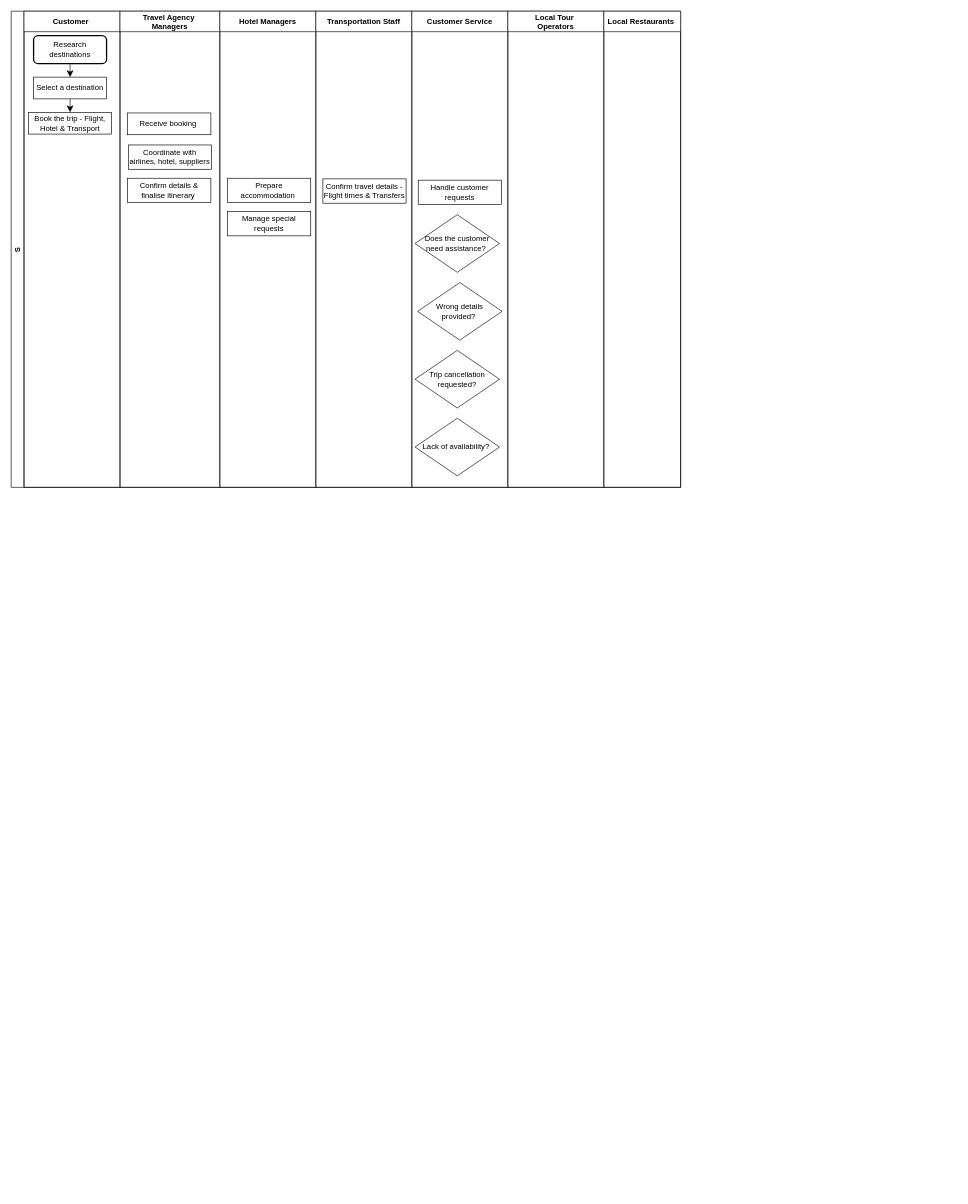
kyrafld/kyrafld keeps this draw.io diagram as Untitled Diagram.drawio. Above is the earlier version. Source tidied: cells renumbered, new cells numbered last; positions are measured from the earlier drawing's top-left corner, leaving out a move shared by most shapes. Both pictures are drawn from the tidied source at 64%, with x=0, y=0 at pixel (11, 11).
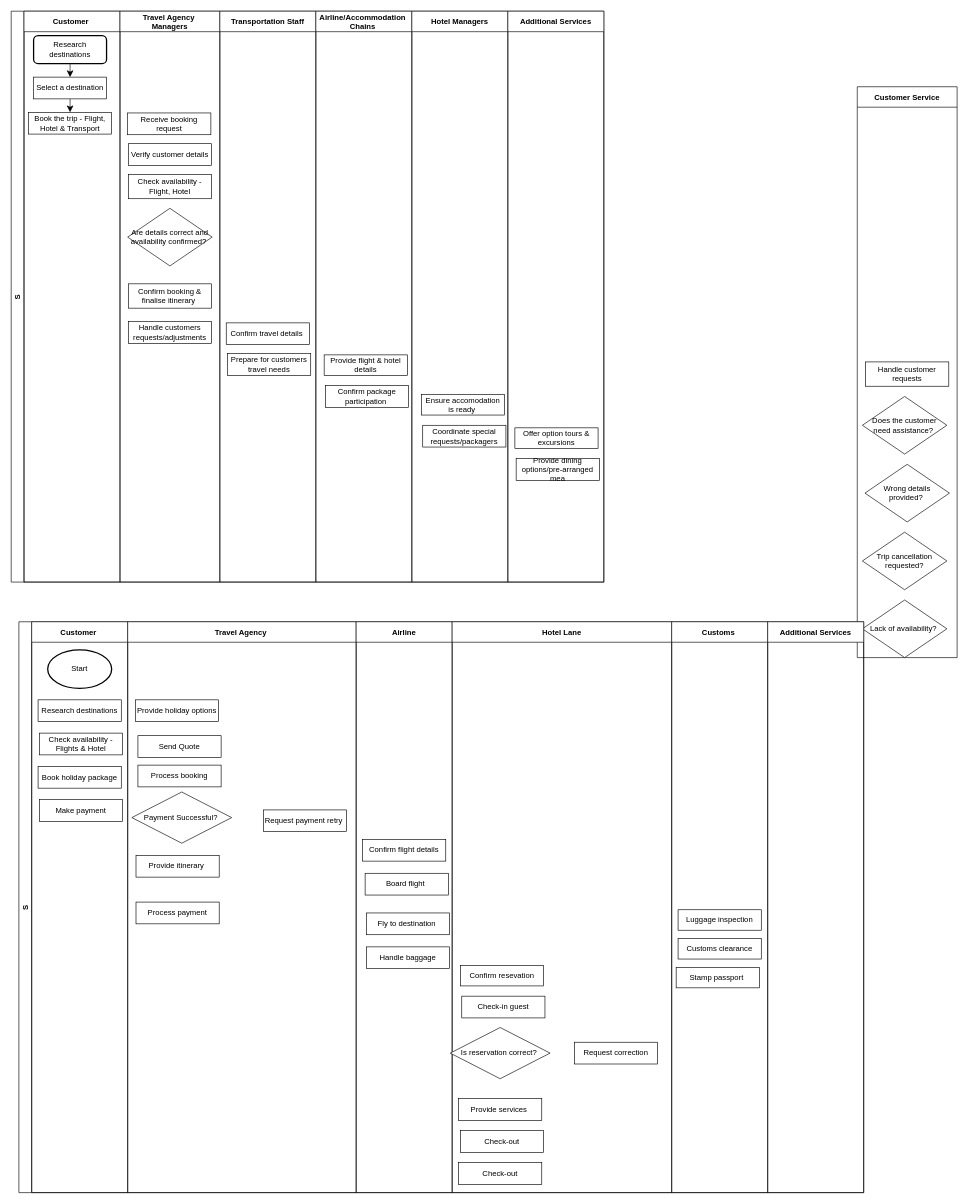
After the change.

The edit, as a diff of the source:
```diff
@@
     <mxCell id="2" value="S" style="swimlane;startSize=20;horizontal=0;labelBackgroundColor=none;" parent="1" vertex="1">
-      <mxGeometry width="1046" height="744" as="geometry" />
+      <mxGeometry width="926" height="892" as="geometry" />
     </mxCell>
     <mxCell id="3" value="Customer " style="swimlane;startSize=32;labelBackgroundColor=none;" parent="2" vertex="1">
-      <mxGeometry x="20" width="150" height="744" as="geometry" />
+      <mxGeometry x="20" width="150" height="892" as="geometry" />
     </mxCell>
@@
     <mxCell id="9" value="Travel Agency &#10;Managers" style="swimlane;startSize=32;labelBackgroundColor=none;" parent="2" vertex="1">
-      <mxGeometry x="170" width="156" height="744" as="geometry" />
+      <mxGeometry x="170" width="156" height="892" as="geometry" />
     </mxCell>
-    <mxCell id="10" value="Receive booking&amp;nbsp;" style="rounded=0;whiteSpace=wrap;html=1;labelBackgroundColor=none;" parent="9" vertex="1">
+    <mxCell id="10" value="Receive booking request" style="rounded=0;whiteSpace=wrap;html=1;labelBackgroundColor=none;" parent="9" vertex="1">
       <mxGeometry x="12" y="159" width="130" height="34" as="geometry" />
     </mxCell>
+    <mxCell id="25" value="Confirm booking &amp;amp; finalise itinerary&amp;nbsp;" style="rounded=0;whiteSpace=wrap;html=1;labelBackgroundColor=none;" parent="9" vertex="1">
+      <mxGeometry x="13" y="426" width="130" height="38" as="geometry" />
+    </mxCell>
+    <mxCell id="26" value="Are details correct and availability confirmed?&amp;nbsp;" style="rhombus;whiteSpace=wrap;html=1;" parent="9" vertex="1">
+      <mxGeometry x="12" y="308" width="132" height="90" as="geometry" />
+    </mxCell>
+    <mxCell id="27" value="Handle customers requests/adjustments" style="rounded=0;whiteSpace=wrap;html=1;labelBackgroundColor=none;" parent="9" vertex="1">
+      <mxGeometry x="13" y="485" width="130" height="34" as="geometry" />
+    </mxCell>
-    <mxCell id="11" value="Hotel Managers" style="swimlane;startSize=32;labelBackgroundColor=none;" parent="2" vertex="1">
-      <mxGeometry x="326" width="150" height="744" as="geometry" />
+    <mxCell id="11" value="Transportation Staff" style="swimlane;startSize=32;labelBackgroundColor=none;" parent="2" vertex="1">
+      <mxGeometry x="326" width="150" height="892" as="geometry" />
     </mxCell>
-    <mxCell id="12" value="Prepare accommodation&amp;nbsp;" style="rounded=0;whiteSpace=wrap;html=1;labelBackgroundColor=none;" parent="11" vertex="1">
-      <mxGeometry x="12" y="261" width="130" height="38" as="geometry" />
-    </mxCell>
-    <mxCell id="13" value="Manage special requests" style="rounded=0;whiteSpace=wrap;html=1;labelBackgroundColor=none;" parent="11" vertex="1">
-      <mxGeometry x="12" y="313" width="130" height="38" as="geometry" />
-    </mxCell>
+    <mxCell id="28" value="Confirm travel details&amp;nbsp;" style="rounded=0;whiteSpace=wrap;html=1;labelBackgroundColor=none;" parent="11" vertex="1">
+      <mxGeometry x="10" y="487" width="130" height="34" as="geometry" />
+    </mxCell>
+    <mxCell id="29" value="Prepare for customers travel needs" style="rounded=0;whiteSpace=wrap;html=1;labelBackgroundColor=none;" parent="11" vertex="1">
+      <mxGeometry x="12" y="535" width="130" height="34" as="geometry" />
+    </mxCell>
-    <mxCell id="14" value="Transportation Staff" style="swimlane;startSize=32;labelBackgroundColor=none;" parent="2" vertex="1">
-      <mxGeometry x="476" width="150" height="744" as="geometry" />
+    <mxCell id="14" value="Airline/Accommodation &#10;Chains " style="swimlane;startSize=32;labelBackgroundColor=none;" parent="2" vertex="1">
+      <mxGeometry x="476" width="150" height="892" as="geometry" />
     </mxCell>
-    <mxCell id="15" value="Confirm travel details - Flight times &amp;amp; Transfers" style="rounded=0;whiteSpace=wrap;html=1;labelBackgroundColor=none;" parent="14" vertex="1">
-      <mxGeometry x="11" y="262" width="130" height="38" as="geometry" />
-    </mxCell>
+    <mxCell id="30" value="Provide flight &amp;amp; hotel details" style="rounded=0;whiteSpace=wrap;html=1;labelBackgroundColor=none;" parent="14" vertex="1">
+      <mxGeometry x="13" y="537" width="130" height="32" as="geometry" />
+    </mxCell>
+    <mxCell id="31" value="Confirm package participation&amp;nbsp;" style="rounded=0;whiteSpace=wrap;html=1;labelBackgroundColor=none;" parent="14" vertex="1">
+      <mxGeometry x="15" y="585" width="130" height="34" as="geometry" />
+    </mxCell>
-    <mxCell id="16" value="Customer Service" style="swimlane;startSize=32;labelBackgroundColor=none;" parent="2" vertex="1">
-      <mxGeometry x="626" width="150" height="744" as="geometry" />
+    <mxCell id="16" value="Hotel Managers" style="swimlane;startSize=32;labelBackgroundColor=none;" parent="2" vertex="1">
+      <mxGeometry x="626" width="150" height="892" as="geometry" />
     </mxCell>
+    <mxCell id="32" value="Ensure accomodation is ready&amp;nbsp;" style="rounded=0;whiteSpace=wrap;html=1;labelBackgroundColor=none;" parent="16" vertex="1">
+      <mxGeometry x="15" y="599" width="130" height="32" as="geometry" />
+    </mxCell>
+    <mxCell id="33" value="Coordinate special requests/&lt;span style=&quot;background-color: initial;&quot;&gt;packagers&lt;/span&gt;" style="rounded=0;whiteSpace=wrap;html=1;labelBackgroundColor=none;" parent="16" vertex="1">
+      <mxGeometry x="17" y="647" width="130" height="34" as="geometry" />
+    </mxCell>
+    <mxCell id="23" value="Additional Services" style="swimlane;startSize=32;labelBackgroundColor=none;" parent="2" vertex="1">
+      <mxGeometry x="776" width="150" height="892" as="geometry" />
+    </mxCell>
+    <mxCell id="34" value="Offer option tours &amp;amp; excursions" style="rounded=0;whiteSpace=wrap;html=1;labelBackgroundColor=none;" parent="23" vertex="1">
+      <mxGeometry x="11" y="651" width="130" height="32" as="geometry" />
+    </mxCell>
+    <mxCell id="35" value="Provide dining options/pre-arranged mea" style="rounded=0;whiteSpace=wrap;html=1;labelBackgroundColor=none;" parent="23" vertex="1">
+      <mxGeometry x="13" y="699" width="130" height="34" as="geometry" />
+    </mxCell>
+    <mxCell id="24" value="Check availability - Flight, Hotel" style="rounded=0;whiteSpace=wrap;html=1;labelBackgroundColor=none;" parent="1" vertex="1">
+      <mxGeometry x="183" y="255" width="130" height="38" as="geometry" />
+    </mxCell>
+    <mxCell id="36" value="Verify customer details" style="rounded=0;whiteSpace=wrap;html=1;labelBackgroundColor=none;" parent="1" vertex="1">
+      <mxGeometry x="183" y="207" width="130" height="34" as="geometry" />
+    </mxCell>
+    <mxCell id="37" value="Customer Service" style="swimlane;startSize=32;labelBackgroundColor=none;" parent="1" vertex="1">
+      <mxGeometry x="1322" y="118" width="156" height="892" as="geometry" />
+    </mxCell>
+    <mxCell id="38" style="group;" parent="37" vertex="1">
+      <mxGeometry x="8" y="430" width="136" height="462" as="geometry" />
+    </mxCell>
-    <mxCell id="17" value="Does the customer need assistance?&amp;nbsp;" style="rhombus;whiteSpace=wrap;html=1;" parent="16" vertex="1">
-      <mxGeometry x="5" y="318" width="132" height="90" as="geometry" />
+    <mxCell id="17" value="Does the customer need assistance?&amp;nbsp;" style="rhombus;whiteSpace=wrap;html=1;" parent="38" vertex="1">
+      <mxGeometry y="54" width="132" height="90" as="geometry" />
     </mxCell>
-    <mxCell id="18" value="Handle customer requests" style="rounded=0;whiteSpace=wrap;html=1;labelBackgroundColor=none;" parent="16" vertex="1">
-      <mxGeometry x="10" y="264" width="130" height="38" as="geometry" />
+    <mxCell id="18" value="Handle customer requests" style="rounded=0;whiteSpace=wrap;html=1;labelBackgroundColor=none;" parent="38" vertex="1">
+      <mxGeometry x="5" width="130" height="38" as="geometry" />
     </mxCell>
-    <mxCell id="19" value="Wrong details provided?&amp;nbsp;" style="rhombus;whiteSpace=wrap;html=1;" parent="16" vertex="1">
-      <mxGeometry x="9" y="424" width="132" height="90" as="geometry" />
+    <mxCell id="19" value="Wrong details provided?&amp;nbsp;" style="rhombus;whiteSpace=wrap;html=1;" parent="38" vertex="1">
+      <mxGeometry x="4" y="160" width="132" height="90" as="geometry" />
     </mxCell>
-    <mxCell id="20" value="Trip cancellation requested?" style="rhombus;whiteSpace=wrap;html=1;" parent="16" vertex="1">
-      <mxGeometry x="5" y="530" width="132" height="90" as="geometry" />
+    <mxCell id="20" value="Trip cancellation requested?" style="rhombus;whiteSpace=wrap;html=1;" parent="38" vertex="1">
+      <mxGeometry y="266" width="132" height="90" as="geometry" />
     </mxCell>
-    <mxCell id="21" value="Lack of availability?&amp;nbsp;" style="rhombus;whiteSpace=wrap;html=1;" parent="16" vertex="1">
-      <mxGeometry x="5" y="636" width="132" height="90" as="geometry" />
+    <mxCell id="21" value="Lack of availability?&amp;nbsp;" style="rhombus;whiteSpace=wrap;html=1;" parent="38" vertex="1">
+      <mxGeometry y="372" width="132" height="90" as="geometry" />
     </mxCell>
-    <mxCell id="22" value="Local Tour &#10;Operators" style="swimlane;startSize=32;labelBackgroundColor=none;" parent="2" vertex="1">
-      <mxGeometry x="776" width="150" height="744" as="geometry" />
-    </mxCell>
-    <mxCell id="23" value="Local Restaurants " style="swimlane;startSize=32;labelBackgroundColor=none;" parent="2" vertex="1">
-      <mxGeometry x="926" width="120" height="744" as="geometry" />
-    </mxCell>
-    <mxCell id="24" value="Coordinate with airlines, hotel, suppliers" style="rounded=0;whiteSpace=wrap;html=1;labelBackgroundColor=none;" parent="1" vertex="1">
-      <mxGeometry x="183" y="209" width="130" height="38" as="geometry" />
-    </mxCell>
-    <mxCell id="25" value="Confirm details &amp;amp; finalise itinerary&amp;nbsp;" style="rounded=0;whiteSpace=wrap;html=1;labelBackgroundColor=none;" parent="1" vertex="1">
-      <mxGeometry x="182" y="261" width="130" height="38" as="geometry" />
-    </mxCell>
+    <mxCell id="39" value="S" style="swimlane;startSize=20;horizontal=0;labelBackgroundColor=none;" parent="1" vertex="1">
+      <mxGeometry x="12" y="954" width="1320" height="892" as="geometry" />
+    </mxCell>
+    <mxCell id="40" value="Customer " style="swimlane;startSize=32;labelBackgroundColor=none;" parent="39" vertex="1">
+      <mxGeometry x="20" width="150" height="892" as="geometry" />
+    </mxCell>
+    <mxCell id="41" value="Start" style="strokeWidth=2;html=1;shape=mxgraph.flowchart.start_1;whiteSpace=wrap;" parent="40" vertex="1">
+      <mxGeometry x="25" y="44" width="100" height="60" as="geometry" />
+    </mxCell>
+    <mxCell id="42" value="Research destinations" style="rounded=0;whiteSpace=wrap;html=1;labelBackgroundColor=none;" parent="40" vertex="1">
+      <mxGeometry x="10" y="122" width="130" height="34" as="geometry" />
+    </mxCell>
+    <mxCell id="43" value="Check availability - Flights &amp;amp; Hotel" style="rounded=0;whiteSpace=wrap;html=1;labelBackgroundColor=none;" parent="40" vertex="1">
+      <mxGeometry x="12" y="174" width="130" height="34" as="geometry" />
+    </mxCell>
+    <mxCell id="44" value="Book holiday package" style="rounded=0;whiteSpace=wrap;html=1;labelBackgroundColor=none;" parent="40" vertex="1">
+      <mxGeometry x="10" y="226" width="130" height="34" as="geometry" />
+    </mxCell>
+    <mxCell id="45" value="Make payment" style="rounded=0;whiteSpace=wrap;html=1;labelBackgroundColor=none;" parent="40" vertex="1">
+      <mxGeometry x="12" y="278" width="130" height="34" as="geometry" />
+    </mxCell>
+    <mxCell id="46" value="Travel Agency " style="swimlane;startSize=32;labelBackgroundColor=none;" parent="39" vertex="1">
+      <mxGeometry x="170" width="357" height="892" as="geometry" />
+    </mxCell>
+    <mxCell id="47" value="Provide holiday options" style="rounded=0;whiteSpace=wrap;html=1;labelBackgroundColor=none;" parent="46" vertex="1">
+      <mxGeometry x="12" y="122" width="130" height="34" as="geometry" />
+    </mxCell>
+    <mxCell id="48" value="Send Quote" style="rounded=0;whiteSpace=wrap;html=1;labelBackgroundColor=none;" parent="46" vertex="1">
+      <mxGeometry x="16" y="178" width="130" height="34" as="geometry" />
+    </mxCell>
+    <mxCell id="49" value="Process booking" style="rounded=0;whiteSpace=wrap;html=1;labelBackgroundColor=none;" parent="46" vertex="1">
+      <mxGeometry x="16" y="224" width="130" height="34" as="geometry" />
+    </mxCell>
+    <mxCell id="50" value="Provide itinerary&amp;nbsp;" style="rounded=0;whiteSpace=wrap;html=1;labelBackgroundColor=none;" parent="46" vertex="1">
+      <mxGeometry x="13" y="365" width="130" height="34" as="geometry" />
+    </mxCell>
+    <mxCell id="51" value="Process payment" style="rounded=0;whiteSpace=wrap;html=1;labelBackgroundColor=none;" parent="46" vertex="1">
+      <mxGeometry x="13" y="438" width="130" height="34" as="geometry" />
+    </mxCell>
+    <mxCell id="52" value="Payment Successful?&amp;nbsp;" style="rhombus;whiteSpace=wrap;html=1;" parent="46" vertex="1">
+      <mxGeometry x="6.5" y="266" width="156" height="80" as="geometry" />
+    </mxCell>
+    <mxCell id="53" style="edgeStyle=none;curved=1;rounded=0;orthogonalLoop=1;jettySize=auto;html=1;exitX=1;exitY=0;exitDx=0;exitDy=0;fontSize=12;startSize=8;endSize=8;" parent="46" edge="1" source="52" target="52">
+      <mxGeometry relative="1" as="geometry" />
+    </mxCell>
+    <mxCell id="54" value="Request payment retry&amp;nbsp;" style="rounded=0;whiteSpace=wrap;html=1;labelBackgroundColor=none;" parent="46" vertex="1">
+      <mxGeometry x="212" y="294" width="130" height="34" as="geometry" />
+    </mxCell>
+    <mxCell id="55" value="Airline" style="swimlane;startSize=32;labelBackgroundColor=none;" parent="39" vertex="1">
+      <mxGeometry x="527" width="150" height="892" as="geometry" />
+    </mxCell>
+    <mxCell id="56" value="Board flight&amp;nbsp;" style="rounded=0;whiteSpace=wrap;html=1;labelBackgroundColor=none;" parent="55" vertex="1">
+      <mxGeometry x="14" y="393" width="130" height="34" as="geometry" />
+    </mxCell>
+    <mxCell id="57" value="Fly to destination&amp;nbsp;" style="rounded=0;whiteSpace=wrap;html=1;labelBackgroundColor=none;" parent="55" vertex="1">
+      <mxGeometry x="16" y="455" width="130" height="34" as="geometry" />
+    </mxCell>
+    <mxCell id="58" value="Confirm flight details" style="rounded=0;whiteSpace=wrap;html=1;labelBackgroundColor=none;" parent="55" vertex="1">
+      <mxGeometry x="10" y="340" width="130" height="34" as="geometry" />
+    </mxCell>
+    <mxCell id="59" value="Handle baggage" style="rounded=0;whiteSpace=wrap;html=1;labelBackgroundColor=none;" parent="55" vertex="1">
+      <mxGeometry x="16" y="508" width="130" height="34" as="geometry" />
+    </mxCell>
+    <mxCell id="60" value="Hotel Lane" style="swimlane;startSize=32;labelBackgroundColor=none;" parent="39" vertex="1">
+      <mxGeometry x="677" width="343" height="892" as="geometry" />
+    </mxCell>
+    <mxCell id="61" value="Confirm resevation" style="rounded=0;whiteSpace=wrap;html=1;labelBackgroundColor=none;" parent="60" vertex="1">
+      <mxGeometry x="13" y="537" width="130" height="32" as="geometry" />
+    </mxCell>
+    <mxCell id="62" value="Check-in guest" style="rounded=0;whiteSpace=wrap;html=1;labelBackgroundColor=none;" parent="60" vertex="1">
+      <mxGeometry x="15" y="585" width="130" height="34" as="geometry" />
+    </mxCell>
+    <mxCell id="63" value="Provide services&amp;nbsp;" style="rounded=0;whiteSpace=wrap;html=1;labelBackgroundColor=none;" parent="60" vertex="1">
+      <mxGeometry x="10" y="745" width="130" height="34" as="geometry" />
+    </mxCell>
+    <mxCell id="64" value="Check-out" style="rounded=0;whiteSpace=wrap;html=1;labelBackgroundColor=none;" parent="60" vertex="1">
+      <mxGeometry x="13" y="795" width="130" height="34" as="geometry" />
+    </mxCell>
+    <mxCell id="65" value="Check-out" style="rounded=0;whiteSpace=wrap;html=1;labelBackgroundColor=none;" parent="60" vertex="1">
+      <mxGeometry x="10" y="845" width="130" height="34" as="geometry" />
+    </mxCell>
+    <mxCell id="66" value="Is reservation correct?&amp;nbsp;" style="rhombus;whiteSpace=wrap;html=1;" parent="60" vertex="1">
+      <mxGeometry x="-3" y="634" width="156" height="80" as="geometry" />
+    </mxCell>
+    <mxCell id="67" value="Request correction" style="rounded=0;whiteSpace=wrap;html=1;labelBackgroundColor=none;" parent="60" vertex="1">
+      <mxGeometry x="191" y="657" width="130" height="34" as="geometry" />
+    </mxCell>
+    <mxCell id="68" value="Customs " style="swimlane;startSize=32;labelBackgroundColor=none;" parent="39" vertex="1">
+      <mxGeometry x="1020" width="150" height="892" as="geometry" />
+    </mxCell>
+    <mxCell id="69" value="Customs clearance" style="rounded=0;whiteSpace=wrap;html=1;labelBackgroundColor=none;" parent="68" vertex="1">
+      <mxGeometry x="10" y="495" width="130" height="32" as="geometry" />
+    </mxCell>
+    <mxCell id="70" value="Luggage inspection" style="rounded=0;whiteSpace=wrap;html=1;labelBackgroundColor=none;" parent="68" vertex="1">
+      <mxGeometry x="10" y="450" width="130" height="32" as="geometry" />
+    </mxCell>
+    <mxCell id="71" value="Stamp passport&amp;nbsp;" style="rounded=0;whiteSpace=wrap;html=1;labelBackgroundColor=none;" parent="68" vertex="1">
+      <mxGeometry x="7" y="540" width="130" height="32" as="geometry" />
+    </mxCell>
+    <mxCell id="72" value="Additional Services" style="swimlane;startSize=32;labelBackgroundColor=none;" parent="39" vertex="1">
+      <mxGeometry x="1170" width="150" height="892" as="geometry" />
+    </mxCell>
```
